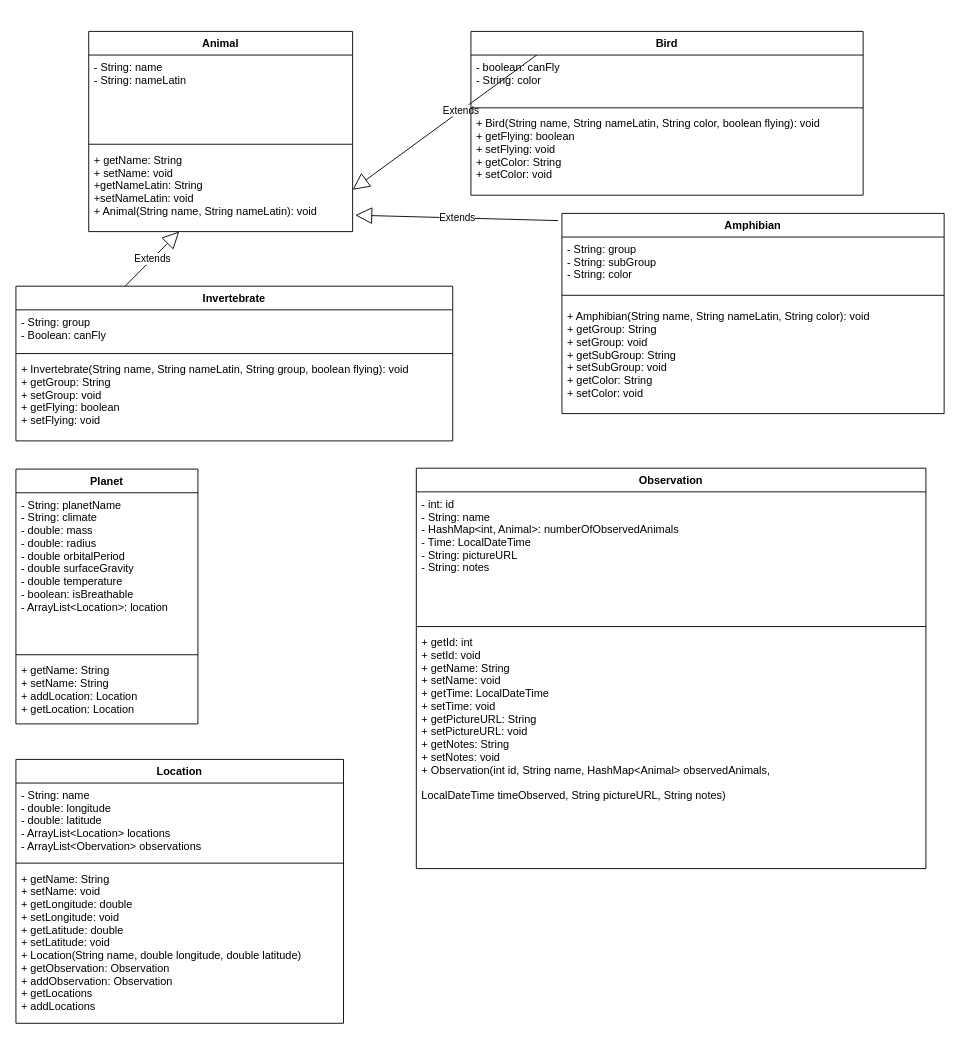
Before: Untitled Diagram.drawio in ramibakir/MapOfLife, a draw.io diagram. Source tidied: cells renumbered, new cells numbered last; positions are measured from the earlier drawing's top-left corner, leaving out a move shared by most shapes. Both pictures are drawn from the tidied source at 91%, with x=0, y=0 at pixel (15, 31).
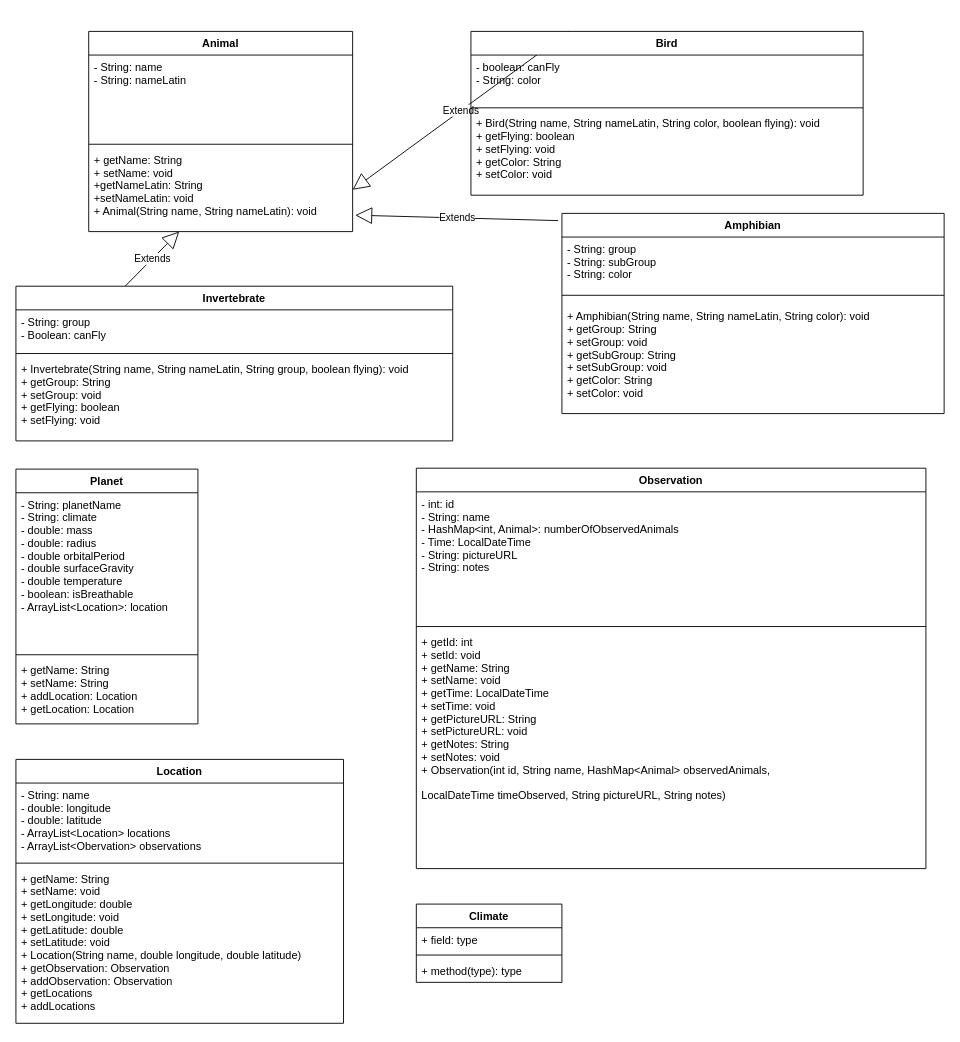
The same page after the edit.

Change to the diagram source:
```diff
@@
+    <mxCell id="33" value="Climate" style="swimlane;fontStyle=1;align=center;verticalAlign=top;horizontal=1;startSize=26;" parent="1" vertex="1">
+      <mxGeometry x="440" y="959" width="160" height="86" as="geometry" />
+    </mxCell>
+    <mxCell id="34" value="+ field: type" style="text;strokeColor=none;fillColor=none;align=left;verticalAlign=top;spacingLeft=4;spacingRight=4;overflow=hidden;" parent="33" vertex="1">
+      <mxGeometry y="26" width="160" height="26" as="geometry" />
+    </mxCell>
+    <mxCell id="35" style="line;strokeWidth=1;fillColor=none;align=left;verticalAlign=middle;spacingTop=-1;spacingLeft=3;spacingRight=3;labelPosition=right;" parent="33" vertex="1">
+      <mxGeometry y="52" width="160" height="8" as="geometry" />
+    </mxCell>
+    <mxCell id="36" value="+ method(type): type" style="text;strokeColor=none;fillColor=none;align=left;verticalAlign=top;spacingLeft=4;spacingRight=4;overflow=hidden;" parent="33" vertex="1">
+      <mxGeometry y="60" width="160" height="26" as="geometry" />
+    </mxCell>
```
